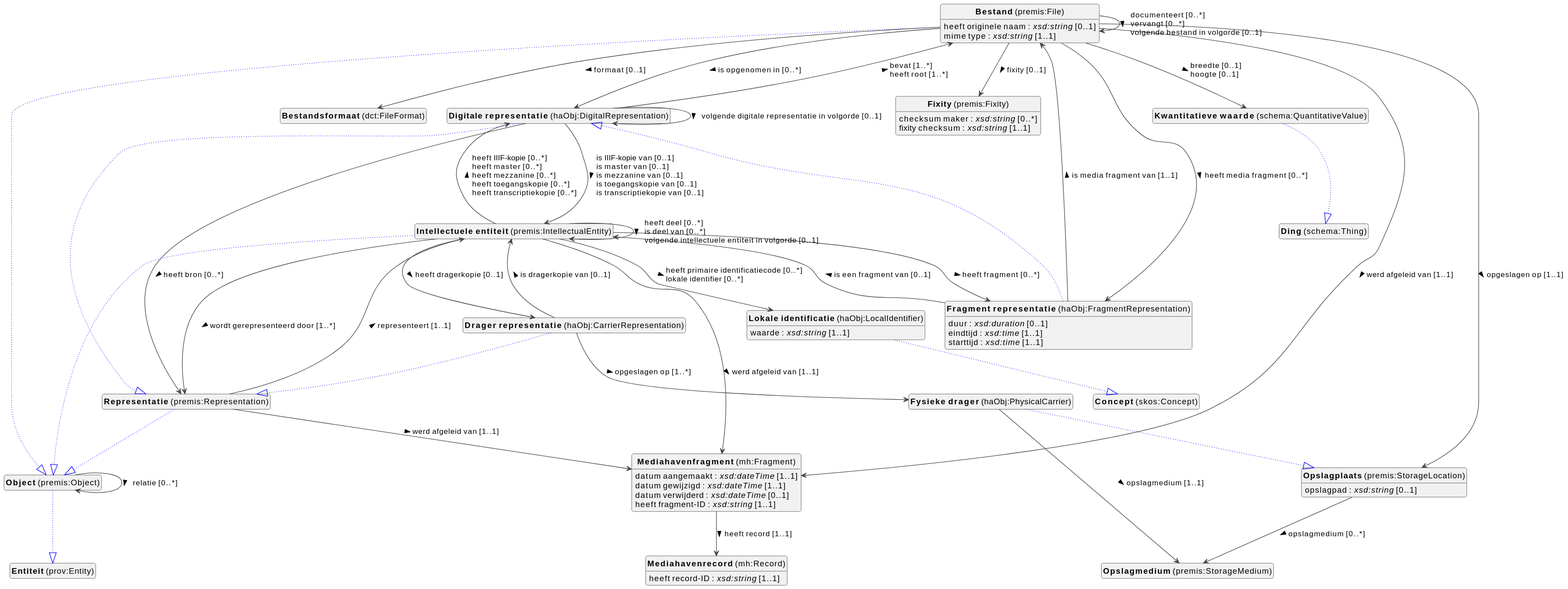
Above: docs/metadata/knowledge-graph/1.0.0/objects/nl/objects-diagram.svg in viaacode/documentation (PlantUML), before the change.
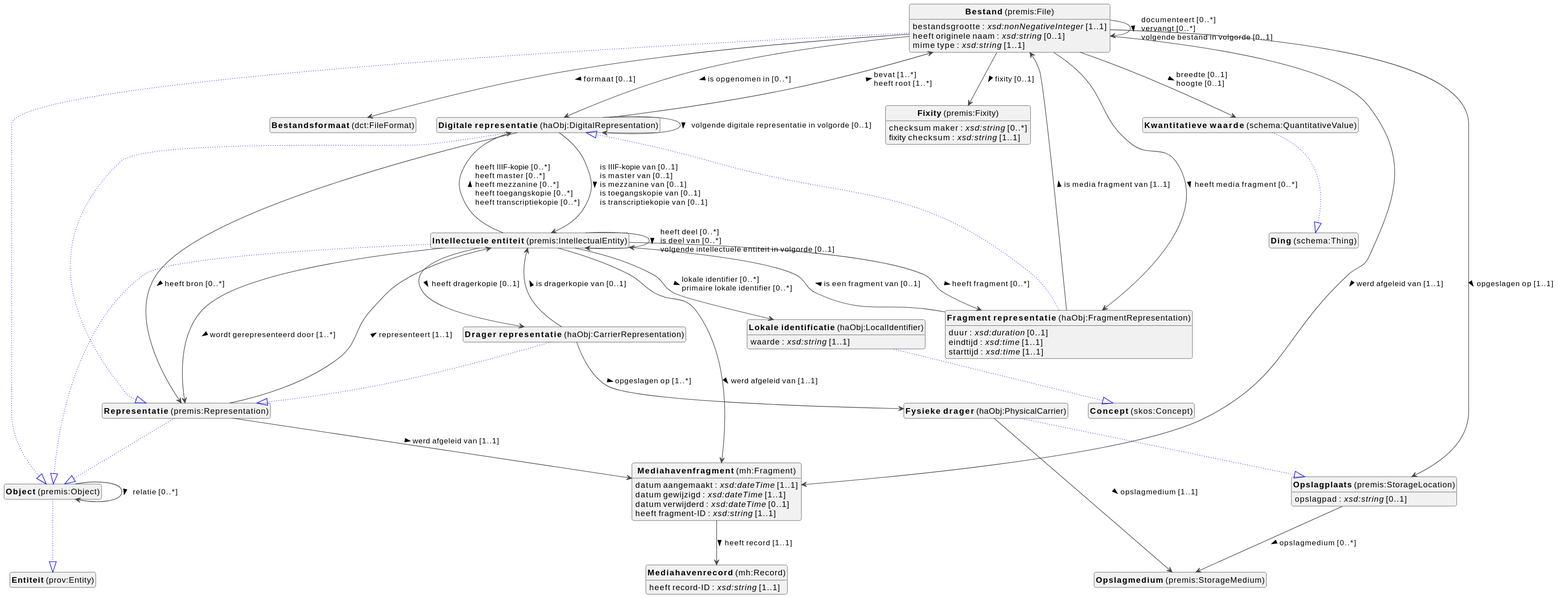
The same diagram one commit later.

The edit, as a diff of the source:
```diff
@@ -39,7 +39,7 @@
 
 premis_File --|> premis_Object #blue;line.dotted;text:blue
 
-premis_File : heeft (bestands)grootte : <i>xsd:nonNegativeInteger</i> [1..1]
+premis_File : bestandsgrootte : <i>xsd:nonNegativeInteger</i> [1..1]
 premis_File : heeft originele naam : <i>xsd:string</i> [0..1]
 premis_File : mime type : <i>xsd:string</i> [1..1]
 premis_File --> dct_FileFormat :formaat [0..1]  >
@@ -91,7 +91,7 @@
 premis_IntellectualEntity --> haObj_CarrierRepresentation :heeft dragerkopie [0..1]  >
 premis_IntellectualEntity --> haObj_DigitalRepresentation :heeft IIIF-kopie [0..*]  \lheeft master [0..*]  \lheeft mezzanine [0..*]  \lheeft toegangskopie [0..*]  \lheeft transcriptiekopie [0..*]  >
 premis_IntellectualEntity --> haObj_FragmentRepresentation :heeft fragment [0..*]  >
-premis_IntellectualEntity --> haObj_LocalIdentifier :heeft primaire identificatiecode [0..*]  \llokale identifier [0..*]  >
+premis_IntellectualEntity --> haObj_LocalIdentifier :lokale identifier [0..*]  \lprimaire lokale identifier [0..*]  >
 premis_IntellectualEntity --> mh_Fragment :werd afgeleid van [1..1]  >
 premis_IntellectualEntity --> premis_IntellectualEntity :heeft deel [0..*]  \lis deel van [0..*]  \lvolgende intellectuele entiteit in volgorde [0..1]  >
 premis_IntellectualEntity --> premis_Representation :wordt gerepresenteerd door [1..*]  >
```
